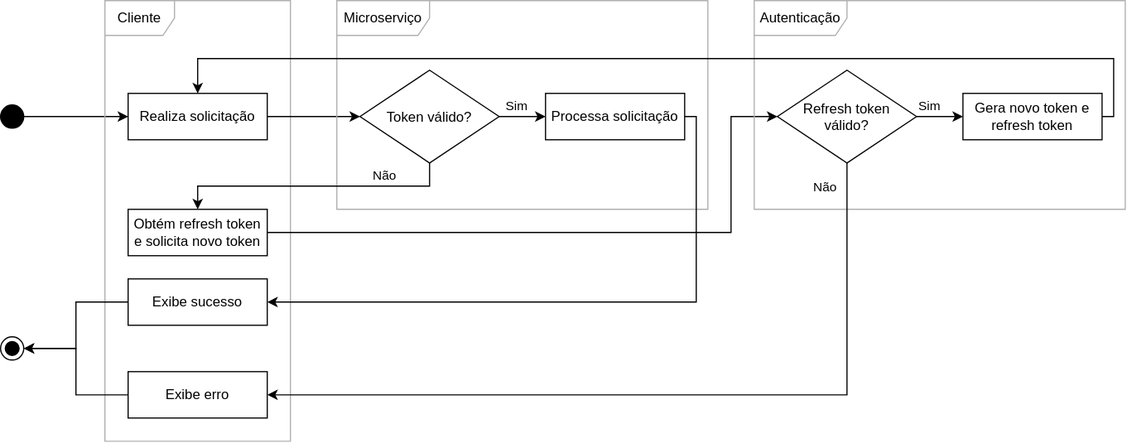
Earlier version of the draw.io export auth_flow.svg (niccampanelli/domvsit-pdi23). Source tidied: cells renumbered, new cells last; positions are measured from the earlier drawing's top-left corner, leaving out a move shared by most shapes.
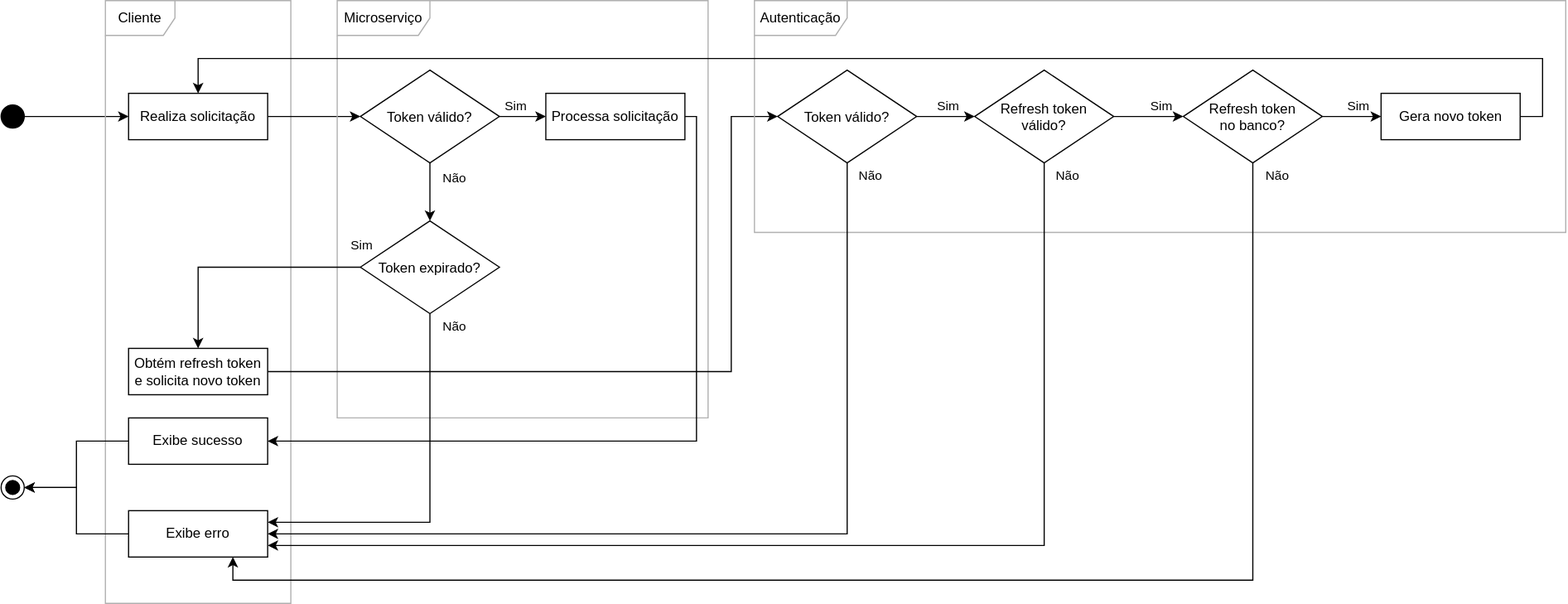
Above is the later version.

Commit message:
Adicionando rota para revalidar token

Change to the diagram source:
```diff
@@ -9,7 +9,7 @@
       <mxGeometry y="90" width="20" height="20" as="geometry" />
     </mxCell>
     <mxCell id="4" value="Cliente" style="shape=umlFrame;whiteSpace=wrap;html=1;strokeColor=#B0B0B0;" parent="1" vertex="1">
-      <mxGeometry x="90" width="160" height="380" as="geometry" />
+      <mxGeometry x="90" width="160" height="520" as="geometry" />
     </mxCell>
     <mxCell id="5" style="edgeStyle=orthogonalEdgeStyle;rounded=0;jettySize=auto;html=1;" parent="1" edge="1" source="6" target="16">
       <mxGeometry relative="1" as="geometry" />
@@ -18,13 +18,13 @@
       <mxGeometry x="110" y="80" width="120" height="40" as="geometry" />
     </mxCell>
     <mxCell id="7" value="Microserviço" style="shape=umlFrame;whiteSpace=wrap;html=1;width=80;height=30;strokeColor=#B0B0B0;" parent="1" vertex="1">
-      <mxGeometry x="290" width="320" height="180" as="geometry" />
+      <mxGeometry x="290" width="320" height="360" as="geometry" />
     </mxCell>
     <mxCell id="8" style="edgeStyle=orthogonalEdgeStyle;rounded=0;jettySize=auto;html=1;entryX=1;entryY=0.5;entryDx=0;entryDy=0;" parent="1" edge="1" source="9" target="26">
       <mxGeometry relative="1" as="geometry">
         <Array as="points">
           <mxPoint x="600" y="100" />
-          <mxPoint x="600" y="260" />
+          <mxPoint x="600" y="380" />
         </Array>
       </mxGeometry>
     </mxCell>
@@ -41,79 +41,150 @@
     </mxCell>
     <mxCell id="12" value="Sim" style="edgeLabel;html=1;align=center;verticalAlign=middle;" parent="10" vertex="1">
       <mxGeometry x="-0.31" y="-2" relative="1" as="geometry">
-        <mxPoint x="356" y="-12" as="offset" />
+        <mxPoint x="727" y="-12" as="offset" />
       </mxGeometry>
     </mxCell>
-    <mxCell id="13" style="edgeStyle=orthogonalEdgeStyle;rounded=0;jettySize=auto;html=1;entryX=0.5;entryY=0;entryDx=0;entryDy=0;exitX=0.5;exitY=1;exitDx=0;exitDy=0;" parent="1" edge="1" source="16" target="18">
-      <mxGeometry relative="1" as="geometry">
-        <Array as="points">
-          <mxPoint x="370" y="160" />
-          <mxPoint x="170" y="160" />
-        </Array>
-      </mxGeometry>
-    </mxCell>
-    <mxCell id="14" value="Não" style="edgeLabel;html=1;align=center;verticalAlign=middle;" parent="13" vertex="1">
-      <mxGeometry x="-0.04" y="2" relative="1" as="geometry">
-        <mxPoint x="55" y="-12" as="offset" />
-      </mxGeometry>
-    </mxCell>
-    <mxCell id="15" value="Não" style="edgeLabel;html=1;align=center;verticalAlign=middle;" parent="13" vertex="1">
-      <mxGeometry x="-0.04" y="2" relative="1" as="geometry">
-        <mxPoint x="435" y="-2" as="offset" />
-      </mxGeometry>
-    </mxCell>
+    <mxCell id="30" value="Sim" style="edgeLabel;html=1;align=center;verticalAlign=middle;" parent="10" vertex="1">
+      <mxGeometry x="-0.31" y="-2" relative="1" as="geometry">
+        <mxPoint x="373" y="-12" as="offset" />
+      </mxGeometry>
+    </mxCell>
+    <mxCell id="31" value="Não" style="edgeLabel;html=1;align=center;verticalAlign=middle;" parent="10" vertex="1">
+      <mxGeometry x="-0.31" y="-2" relative="1" as="geometry">
+        <mxPoint x="306" y="48" as="offset" />
+      </mxGeometry>
+    </mxCell>
+    <mxCell id="32" value="Não" style="edgeLabel;html=1;align=center;verticalAlign=middle;" parent="10" vertex="1">
+      <mxGeometry x="-0.31" y="-2" relative="1" as="geometry">
+        <mxPoint x="476" y="48" as="offset" />
+      </mxGeometry>
+    </mxCell>
+    <mxCell id="33" value="Não" style="edgeLabel;html=1;align=center;verticalAlign=middle;" parent="10" vertex="1">
+      <mxGeometry x="-0.31" y="-2" relative="1" as="geometry">
+        <mxPoint x="657" y="48" as="offset" />
+      </mxGeometry>
+    </mxCell>
+    <mxCell id="34" style="edgeStyle=orthogonalEdgeStyle;rounded=0;jettySize=auto;html=1;" parent="1" edge="1" source="16" target="44">
+      <mxGeometry relative="1" as="geometry" />
+    </mxCell>
+    <mxCell id="35" value="Não" style="edgeLabel;html=1;align=center;verticalAlign=middle;" parent="34" vertex="1">
+      <mxGeometry x="-0.52" y="2" relative="1" as="geometry">
+        <mxPoint x="18" as="offset" />
+      </mxGeometry>
+    </mxCell>
     <mxCell id="16" value="Token válido?" style="rhombus;" parent="1" vertex="1">
       <mxGeometry x="310" y="60" width="120" height="80" as="geometry" />
     </mxCell>
-    <mxCell id="17" style="edgeStyle=orthogonalEdgeStyle;rounded=0;jettySize=auto;html=1;entryX=0;entryY=0.5;entryDx=0;entryDy=0;" parent="1" edge="1" source="18" target="22">
-      <mxGeometry relative="1" as="geometry">
-        <Array as="points">
-          <mxPoint x="630" y="200" />
-          <mxPoint x="630" y="100" />
-        </Array>
-      </mxGeometry>
-    </mxCell>
+    <mxCell id="36" style="edgeStyle=orthogonalEdgeStyle;rounded=0;jettySize=auto;html=1;entryX=0;entryY=0.5;entryDx=0;entryDy=0;" parent="1" edge="1" source="18" target="47">
+      <mxGeometry relative="1" as="geometry">
+        <Array as="points">
+          <mxPoint x="630" y="320" />
+          <mxPoint x="630" y="100" />
+        </Array>
+      </mxGeometry>
+    </mxCell>
     <mxCell id="18" value="Obtém refresh token e solicita novo token" style="html=1;whiteSpace=wrap;" parent="1" vertex="1">
-      <mxGeometry x="110" y="180" width="120" height="40" as="geometry" />
+      <mxGeometry x="110" y="300" width="120" height="40" as="geometry" />
     </mxCell>
     <mxCell id="19" value="Autenticação" style="shape=umlFrame;whiteSpace=wrap;html=1;width=80;height=30;strokeColor=#B0B0B0;" parent="1" vertex="1">
-      <mxGeometry x="650" width="320" height="180" as="geometry" />
+      <mxGeometry x="650" width="700" height="200" as="geometry" />
     </mxCell>
-    <mxCell id="20" style="edgeStyle=orthogonalEdgeStyle;rounded=0;jettySize=auto;html=1;exitX=1;exitY=0.5;exitDx=0;exitDy=0;" parent="1" edge="1" source="22" target="24">
-      <mxGeometry relative="1" as="geometry" />
-    </mxCell>
-    <mxCell id="21" style="edgeStyle=orthogonalEdgeStyle;rounded=0;jettySize=auto;html=1;exitX=0.5;exitY=1;exitDx=0;exitDy=0;entryX=1;entryY=0.5;entryDx=0;entryDy=0;" parent="1" edge="1" source="22" target="29">
-      <mxGeometry relative="1" as="geometry" />
-    </mxCell>
+    <mxCell id="37" style="edgeStyle=orthogonalEdgeStyle;rounded=0;jettySize=auto;html=1;" parent="1" edge="1" source="22">
+      <mxGeometry relative="1" as="geometry">
+        <mxPoint x="230" y="470" as="targetPoint" />
+        <Array as="points">
+          <mxPoint x="900" y="470" />
+        </Array>
+      </mxGeometry>
+    </mxCell>
+    <mxCell id="38" style="edgeStyle=orthogonalEdgeStyle;rounded=0;jettySize=auto;html=1;" parent="1" edge="1" source="22" target="50">
+      <mxGeometry relative="1" as="geometry" />
+    </mxCell>
+    <mxCell id="39" value="Sim" style="edgeLabel;html=1;align=center;verticalAlign=middle;" parent="38" vertex="1">
+      <mxGeometry x="-0.33" y="1" relative="1" as="geometry">
+        <mxPoint x="20" y="-9" as="offset" />
+      </mxGeometry>
+    </mxCell>
     <mxCell id="22" value="Refresh token&#10;válido?" style="rhombus;" parent="1" vertex="1">
-      <mxGeometry x="670" y="60" width="120" height="80" as="geometry" />
+      <mxGeometry x="840" y="60" width="120" height="80" as="geometry" />
     </mxCell>
-    <mxCell id="23" style="edgeStyle=orthogonalEdgeStyle;rounded=0;jettySize=auto;html=1;entryX=0.5;entryY=0;entryDx=0;entryDy=0;" parent="1" edge="1" source="24" target="6">
+    <mxCell id="23" style="edgeStyle=orthogonalEdgeStyle;rounded=0;jettySize=auto;html=1;entryX=0.5;entryY=0;entryDx=0;entryDy=0;exitX=1;exitY=0.5;exitDx=0;exitDy=0;" parent="1" edge="1" source="24" target="6">
       <mxGeometry relative="1" as="geometry">
         <Array as="points">
-          <mxPoint x="960" y="100" />
-          <mxPoint x="960" y="50" />
+          <mxPoint x="1330" y="100" />
+          <mxPoint x="1330" y="50" />
           <mxPoint x="170" y="50" />
         </Array>
       </mxGeometry>
     </mxCell>
-    <mxCell id="24" value="Gera novo token e refresh token" style="html=1;whiteSpace=wrap;" parent="1" vertex="1">
-      <mxGeometry x="830" y="80" width="120" height="40" as="geometry" />
+    <mxCell id="24" value="Gera novo token" style="html=1;whiteSpace=wrap;" parent="1" vertex="1">
+      <mxGeometry x="1190.7" y="80" width="120" height="40" as="geometry" />
     </mxCell>
     <mxCell id="25" style="edgeStyle=orthogonalEdgeStyle;rounded=0;jettySize=auto;html=1;entryX=1;entryY=0.5;entryDx=0;entryDy=0;" parent="1" edge="1" source="26" target="27">
       <mxGeometry relative="1" as="geometry" />
     </mxCell>
     <mxCell id="26" value="Exibe sucesso" style="html=1;whiteSpace=wrap;" parent="1" vertex="1">
-      <mxGeometry x="110" y="240" width="120" height="40" as="geometry" />
+      <mxGeometry x="110" y="360" width="120" height="40" as="geometry" />
     </mxCell>
     <mxCell id="27" style="ellipse;html=1;shape=endState;fillColor=strokeColor;" parent="1" vertex="1">
-      <mxGeometry y="290" width="20" height="20" as="geometry" />
+      <mxGeometry y="410" width="20" height="20" as="geometry" />
     </mxCell>
     <mxCell id="28" style="edgeStyle=orthogonalEdgeStyle;rounded=0;jettySize=auto;html=1;entryX=1;entryY=0.5;entryDx=0;entryDy=0;" parent="1" edge="1" source="29" target="27">
       <mxGeometry relative="1" as="geometry" />
     </mxCell>
     <mxCell id="29" value="Exibe erro" style="html=1;whiteSpace=wrap;" parent="1" vertex="1">
-      <mxGeometry x="110" y="320" width="120" height="40" as="geometry" />
+      <mxGeometry x="110" y="440" width="120" height="40" as="geometry" />
     </mxCell>
+    <mxCell id="40" style="edgeStyle=orthogonalEdgeStyle;rounded=0;jettySize=auto;html=1;" parent="1" edge="1" source="44" target="18">
+      <mxGeometry relative="1" as="geometry" />
+    </mxCell>
+    <mxCell id="41" value="Sim" style="edgeLabel;html=1;align=center;verticalAlign=middle;" parent="40" vertex="1">
+      <mxGeometry x="-0.56" y="3" relative="1" as="geometry">
+        <mxPoint x="46" y="-23" as="offset" />
+      </mxGeometry>
+    </mxCell>
+    <mxCell id="42" style="edgeStyle=orthogonalEdgeStyle;rounded=0;jettySize=auto;html=1;" parent="1" edge="1" source="44" target="29">
+      <mxGeometry relative="1" as="geometry">
+        <Array as="points">
+          <mxPoint x="370" y="450" />
+        </Array>
+      </mxGeometry>
+    </mxCell>
+    <mxCell id="43" value="Não" style="edgeLabel;html=1;align=center;verticalAlign=middle;" parent="42" vertex="1">
+      <mxGeometry x="-0.42" y="-1" relative="1" as="geometry">
+        <mxPoint x="21" y="-82" as="offset" />
+      </mxGeometry>
+    </mxCell>
+    <mxCell id="44" value="Token expirado?" style="rhombus;" parent="1" vertex="1">
+      <mxGeometry x="310" y="190" width="120" height="80" as="geometry" />
+    </mxCell>
+    <mxCell id="45" style="edgeStyle=orthogonalEdgeStyle;rounded=0;jettySize=auto;html=1;entryX=0;entryY=0.5;entryDx=0;entryDy=0;" parent="1" edge="1" source="47" target="22">
+      <mxGeometry relative="1" as="geometry" />
+    </mxCell>
+    <mxCell id="46" style="edgeStyle=orthogonalEdgeStyle;rounded=0;jettySize=auto;html=1;" parent="1" edge="1" source="47">
+      <mxGeometry relative="1" as="geometry">
+        <mxPoint x="230" y="460" as="targetPoint" />
+        <Array as="points">
+          <mxPoint x="730" y="460" />
+        </Array>
+      </mxGeometry>
+    </mxCell>
+    <mxCell id="47" value="Token válido?" style="rhombus;" parent="1" vertex="1">
+      <mxGeometry x="670" y="60" width="120" height="80" as="geometry" />
+    </mxCell>
+    <mxCell id="48" style="edgeStyle=orthogonalEdgeStyle;rounded=0;jettySize=auto;html=1;" parent="1" edge="1" source="50" target="24">
+      <mxGeometry relative="1" as="geometry" />
+    </mxCell>
+    <mxCell id="49" style="edgeStyle=orthogonalEdgeStyle;rounded=0;jettySize=auto;html=1;entryX=0.75;entryY=1;entryDx=0;entryDy=0;" parent="1" edge="1" source="50" target="29">
+      <mxGeometry relative="1" as="geometry">
+        <Array as="points">
+          <mxPoint x="1080" y="500" />
+          <mxPoint x="200" y="500" />
+        </Array>
+      </mxGeometry>
+    </mxCell>
+    <mxCell id="50" value="Refresh token&#10;no banco?" style="rhombus;" parent="1" vertex="1">
+      <mxGeometry x="1020" y="60" width="120" height="80" as="geometry" />
+    </mxCell>
   </root>
 </mxGraphModel>
```
